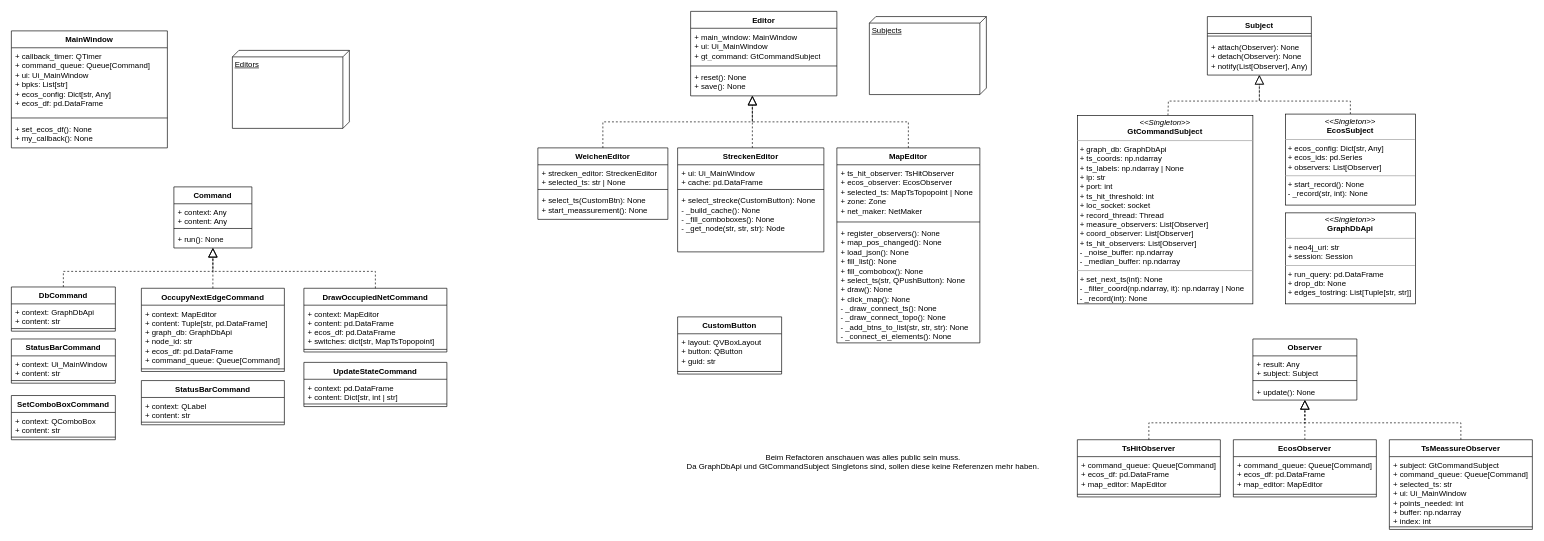
This is structural/Untitled Diagram.drawio from pascalreiss/draw_io_stuff, a draw.io file, before an edit. Source tidied: cells renumbered, new cells numbered last; positions are measured from the earlier drawing's top-left corner, leaving out a move shared by most shapes. Both pictures are drawn from the tidied source at 65%, with x=0, y=0 at pixel (11, 11).
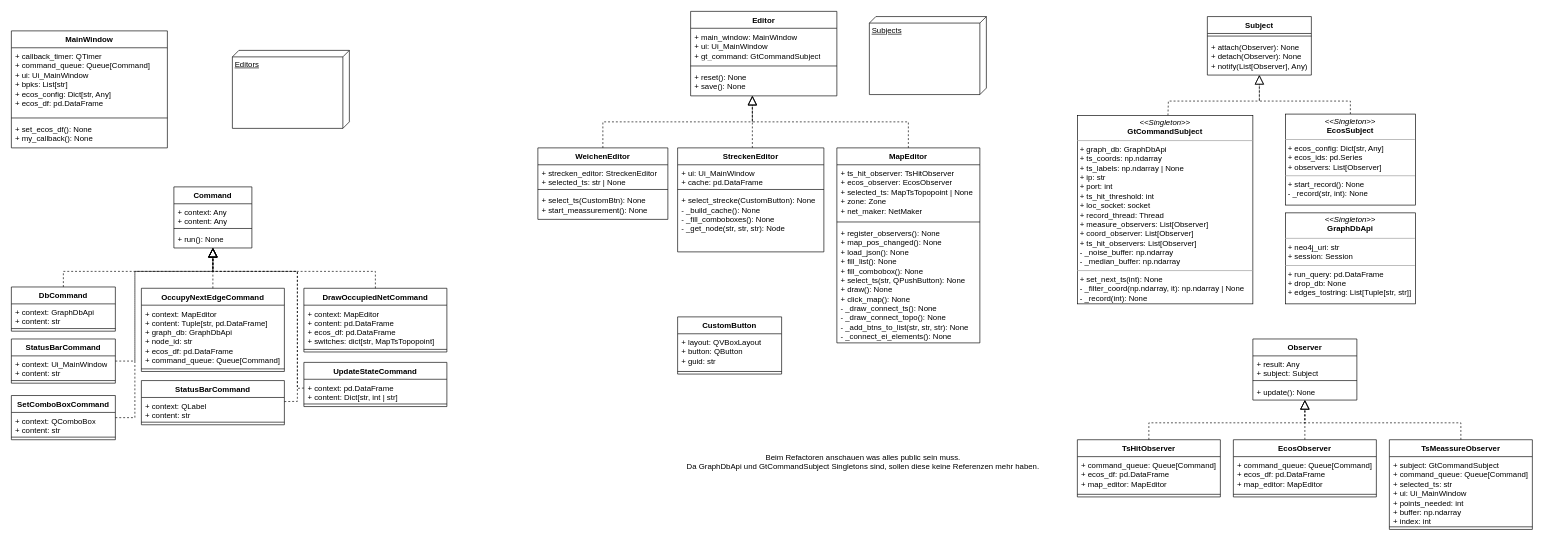
The same page after the edit.

Commit message:
added all relations for command

The change refers to these unchanged cells:
```xml
<mxCell id="9" value="+ run(): None" style="text;strokeColor=none;fillColor=none;align=left;verticalAlign=top;spacingLeft=4;spacingRight=4;overflow=hidden;points=[[0,0.5],[1,0.5]];portConstraint=eastwest;whiteSpace=wrap;html=1;" parent="6" vertex="1">
  <mxGeometry y="68" width="120" height="26" as="geometry" />
</mxCell>
<mxCell id="45" value="StatusBarCommand" style="swimlane;fontStyle=1;align=center;verticalAlign=top;horizontal=1;startSize=26;whiteSpace=wrap;html=1;" parent="1" vertex="1">
  <mxGeometry y="504" width="160" height="68" as="geometry" />
</mxCell>
<mxCell id="48" value="StatusBarCommand" style="swimlane;fontStyle=1;align=center;verticalAlign=top;horizontal=1;startSize=26;whiteSpace=wrap;html=1;" parent="1" vertex="1">
  <mxGeometry x="200" y="568" width="220" height="68" as="geometry" />
</mxCell>
<mxCell id="51" value="SetComboBoxCommand" style="swimlane;fontStyle=1;align=center;verticalAlign=top;horizontal=1;startSize=26;whiteSpace=wrap;html=1;" parent="1" vertex="1">
  <mxGeometry y="591" width="160" height="68" as="geometry" />
</mxCell>
<mxCell id="57" value="UpdateStateCommand" style="swimlane;fontStyle=1;align=center;verticalAlign=top;horizontal=1;startSize=26;whiteSpace=wrap;html=1;" parent="1" vertex="1">
  <mxGeometry x="450" y="540" width="220" height="68" as="geometry" />
</mxCell>
```

Diff of the diagram source:
```diff
@@
+    <mxCell id="83" style="endArrow=block;dashed=1;endFill=0;endSize=12;html=1;rounded=0;" parent="1" edge="1" source="45" target="9">
+      <mxGeometry relative="1" as="geometry">
+        <Array as="points">
+          <mxPoint x="190" y="538" />
+          <mxPoint x="190" y="400" />
+          <mxPoint x="310" y="400" />
+        </Array>
+      </mxGeometry>
+    </mxCell>
+    <mxCell id="84" style="endArrow=block;dashed=1;endFill=0;endSize=12;html=1;rounded=0;" parent="1" edge="1" source="51" target="9">
+      <mxGeometry relative="1" as="geometry">
+        <Array as="points">
+          <mxPoint x="190" y="625" />
+          <mxPoint x="190" y="400" />
+          <mxPoint x="310" y="400" />
+        </Array>
+      </mxGeometry>
+    </mxCell>
+    <mxCell id="85" style="endArrow=block;dashed=1;endFill=0;endSize=12;html=1;rounded=0;" parent="1" edge="1" source="48" target="9">
+      <mxGeometry relative="1" as="geometry">
+        <Array as="points">
+          <mxPoint x="440" y="600" />
+          <mxPoint x="440" y="400" />
+          <mxPoint x="310" y="400" />
+        </Array>
+      </mxGeometry>
+    </mxCell>
+    <mxCell id="86" style="endArrow=block;dashed=1;endFill=0;endSize=12;html=1;rounded=0;" parent="1" edge="1" source="57" target="9">
+      <mxGeometry relative="1" as="geometry">
+        <Array as="points">
+          <mxPoint x="440" y="580" />
+          <mxPoint x="440" y="400" />
+          <mxPoint x="310" y="400" />
+        </Array>
+      </mxGeometry>
+    </mxCell>
```
